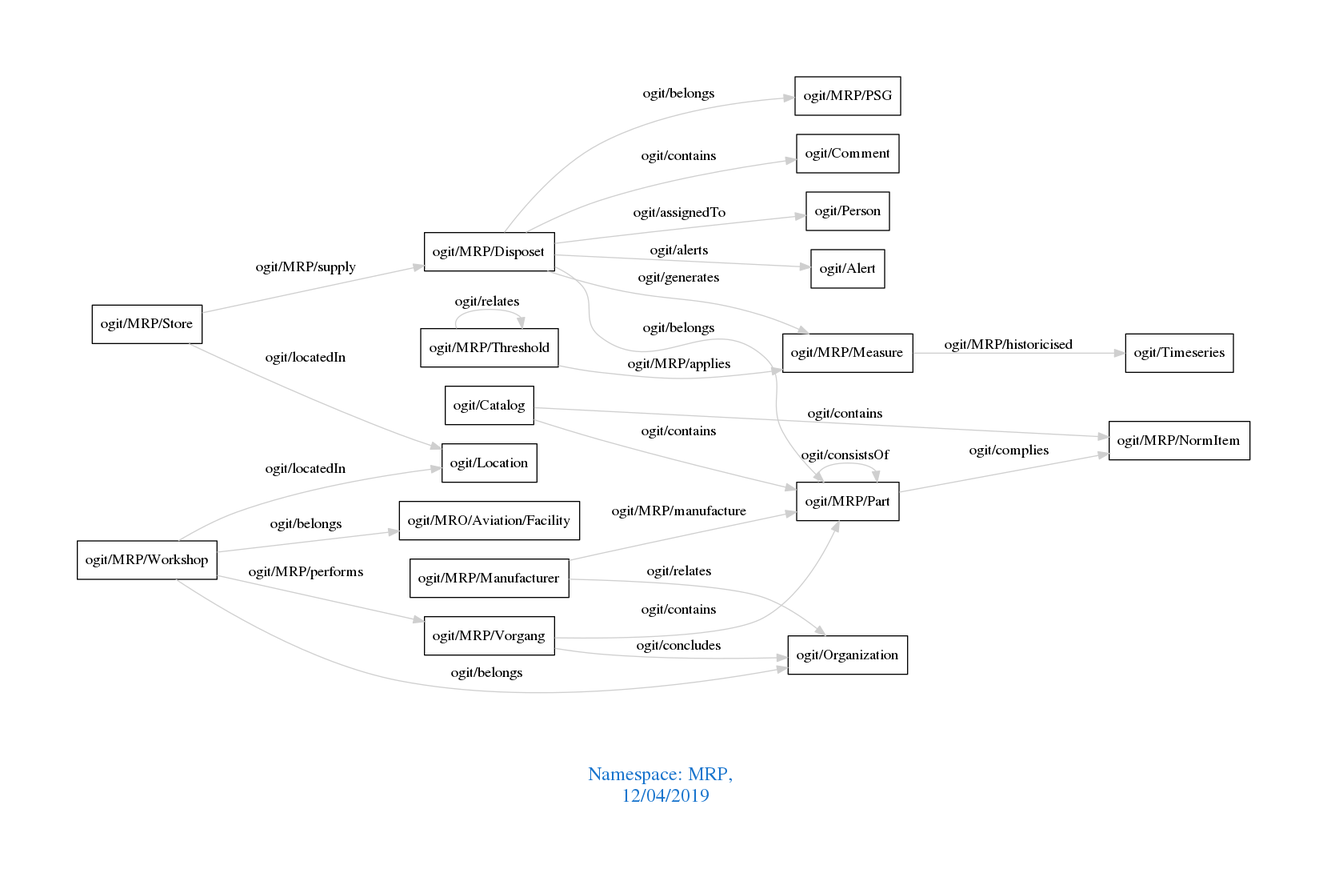
The Graphviz diagram downloads/MRP.png in arago/OGIT, before a commit. Its source is kept beside it as downloads/MRP.dot.
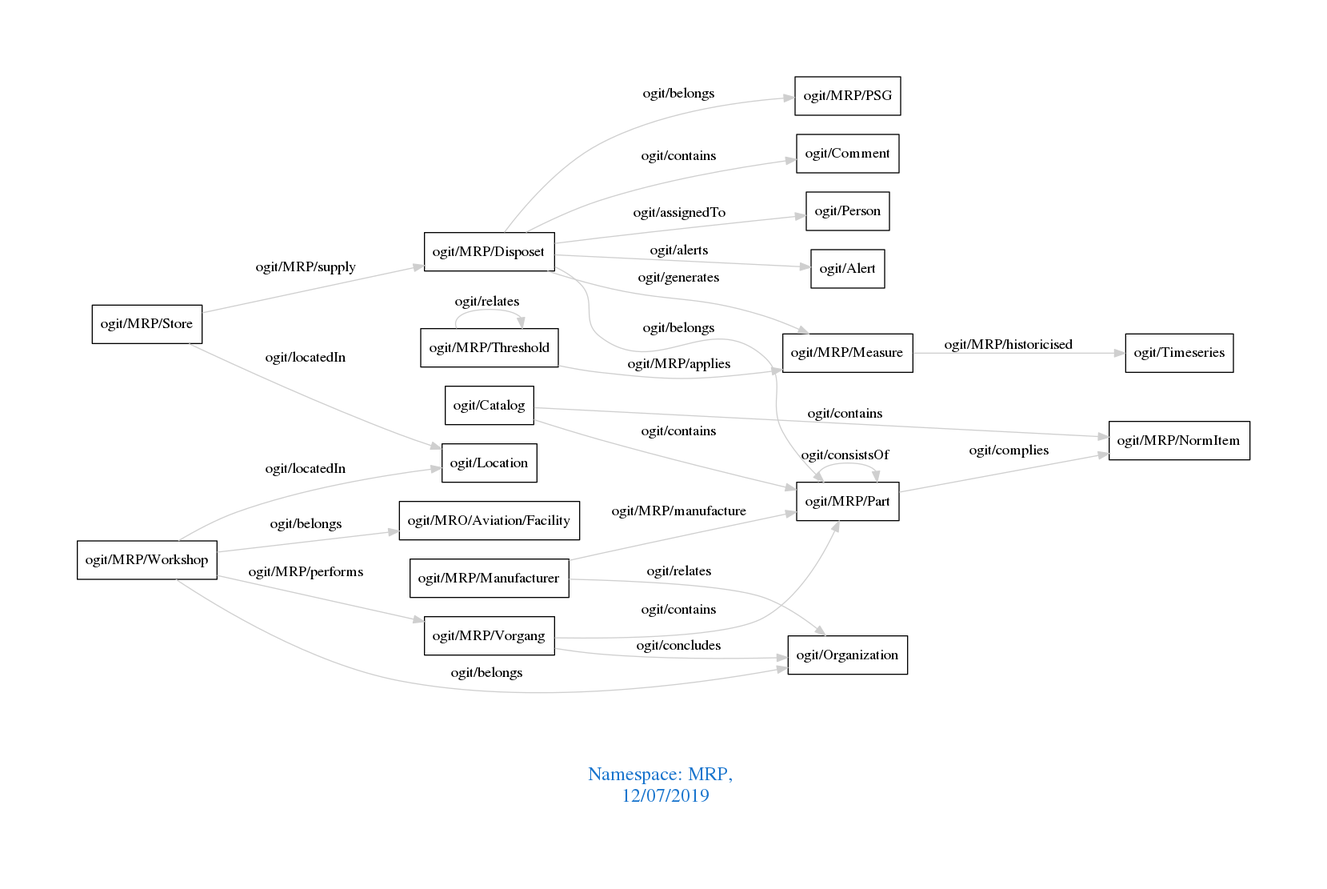
Later version of the same file.

The edit, as a diff of the source:
```diff
@@ -1,7 +1,7 @@
 digraph OGIT_ontology {
  graph [ rankdir= LR,pad=1
 fontsize = 18,
-fontcolor= dodgerblue3,label = "\n\n\nNamespace: MRP, \n 12/04/2019"];
+fontcolor= dodgerblue3,label = "\n\n\nNamespace: MRP, \n 12/07/2019"];
 node[shape=polygon];
 edge [  color="gray81"];
 
```
